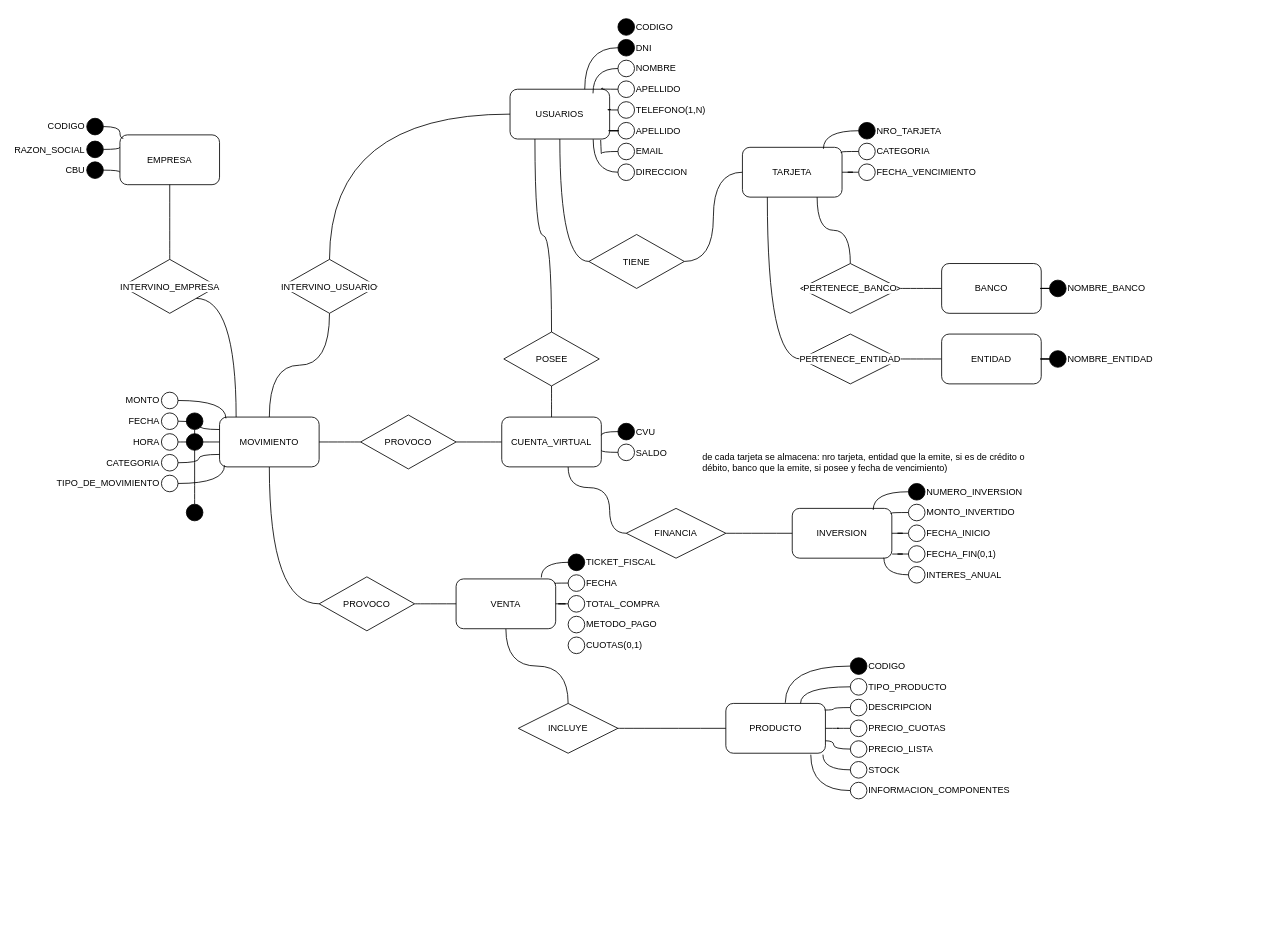
Before: Practica_2 /Modelado_13.drawio in imnotsetro/DBD, a draw.io diagram. Source tidied: cells renumbered, new cells numbered last; positions are measured from the earlier drawing's top-left corner, leaving out a move shared by most shapes. Both pictures are drawn from the tidied source at 83%, with x=0, y=0 at pixel (37, 14).
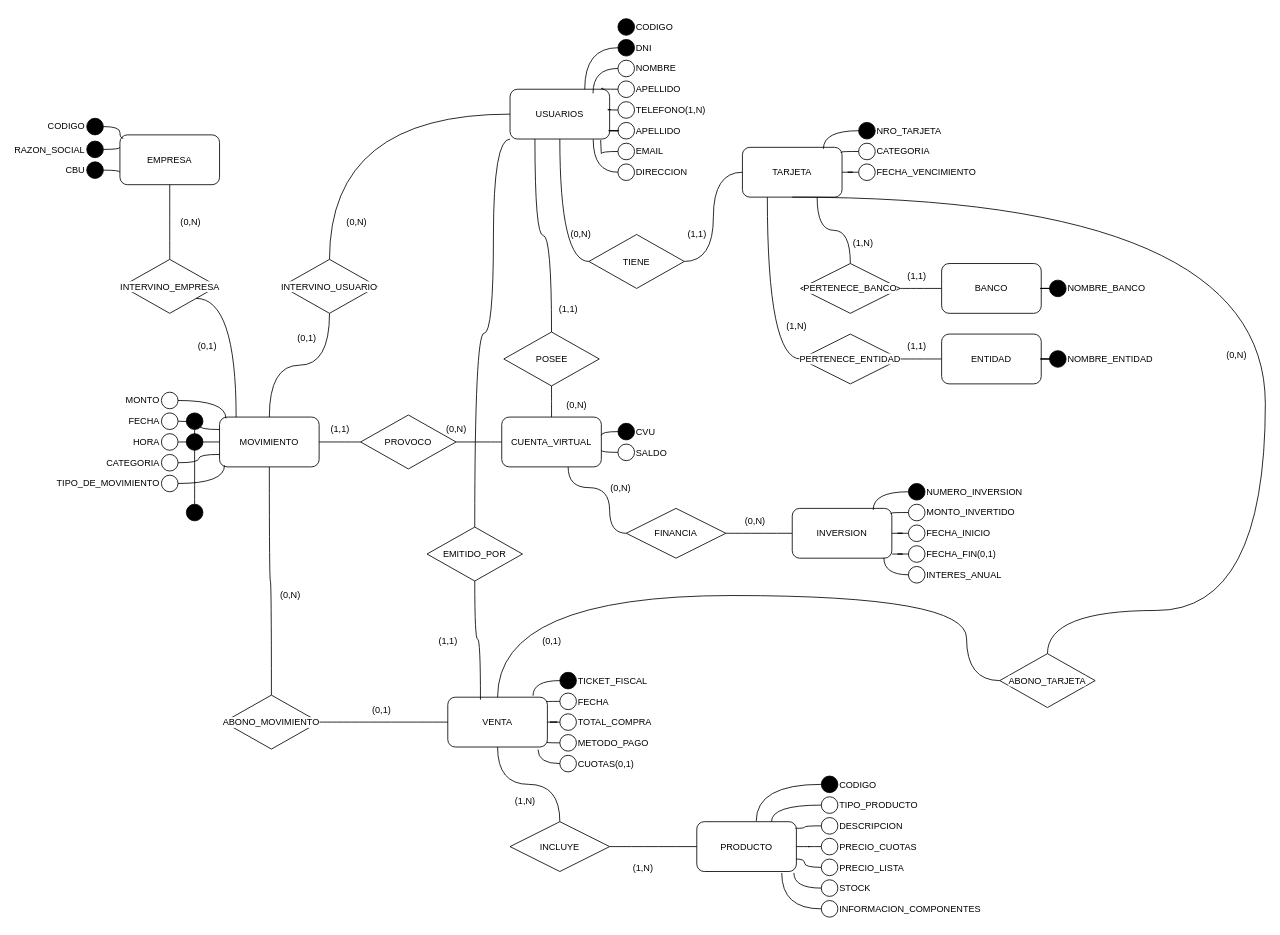
Above is the later version.

Unchanged cells that the change refers to:
```xml
<mxCell id="3" value="USUARIOS" style="rounded=1;whiteSpace=wrap;html=1;fontFamily=Helvetica;fontSize=11;fontColor=default;labelBackgroundColor=default;" parent="1" vertex="1">
  <mxGeometry x="570" y="90" width="120" height="60" as="geometry" />
</mxCell>
<mxCell id="60" value="TARJETA" style="rounded=1;whiteSpace=wrap;html=1;fontFamily=Helvetica;fontSize=11;fontColor=default;labelBackgroundColor=default;" parent="1" vertex="1">
  <mxGeometry x="850" y="160" width="120" height="60" as="geometry" />
</mxCell>
<mxCell id="88" value="MOVIMIENTO" style="rounded=1;whiteSpace=wrap;html=1;fontFamily=Helvetica;fontSize=11;fontColor=default;labelBackgroundColor=default;" parent="1" vertex="1">
  <mxGeometry x="220" y="485" width="120" height="60" as="geometry" />
</mxCell>
```

Diff of the diagram source:
```diff
@@
+    <mxCell id="164" style="edgeStyle=orthogonalEdgeStyle;shape=connector;curved=1;rounded=0;jettySize=auto;html=1;entryX=0.5;entryY=0;entryDx=0;entryDy=0;strokeColor=default;align=center;verticalAlign=middle;fontFamily=Helvetica;fontSize=11;fontColor=default;labelBackgroundColor=default;endArrow=none;endFill=0;" parent="1" edge="1" source="3" target="170">
+      <mxGeometry relative="1" as="geometry">
+        <Array as="points">
+          <mxPoint x="550" y="150" />
+          <mxPoint x="550" y="384" />
+          <mxPoint x="528" y="384" />
+        </Array>
+      </mxGeometry>
+    </mxCell>
@@
     <mxCell id="9" value="PRODUCTO" style="rounded=1;whiteSpace=wrap;html=1;fontFamily=Helvetica;fontSize=11;fontColor=default;labelBackgroundColor=default;" parent="1" vertex="1">
-      <mxGeometry x="830" y="830" width="120" height="60" as="geometry" />
+      <mxGeometry x="795" y="972.5" width="120" height="60" as="geometry" />
     </mxCell>
@@
     <mxCell id="11" value="VENTA" style="rounded=1;whiteSpace=wrap;html=1;fontFamily=Helvetica;fontSize=11;fontColor=default;labelBackgroundColor=default;" parent="1" vertex="1">
-      <mxGeometry x="505" y="680" width="120" height="60" as="geometry" />
+      <mxGeometry x="495" y="822.5" width="120" height="60" as="geometry" />
     </mxCell>
@@
-    <mxCell id="58" value="de cada tarjeta se almacena: nro tarjeta, entidad que la emite, si es de crédito o&#10;débito, banco que la emite, si posee y fecha de vencimiento)" style="text;whiteSpace=wrap;fontFamily=Helvetica;fontSize=11;fontColor=default;labelBackgroundColor=default;" parent="1" vertex="1">
-      <mxGeometry x="800" y="520" width="410" height="50" as="geometry" />
-    </mxCell>
@@
-    <mxCell id="87" style="edgeStyle=orthogonalEdgeStyle;shape=connector;curved=1;rounded=0;jettySize=auto;html=1;entryX=0;entryY=0.5;entryDx=0;entryDy=0;strokeColor=default;align=center;verticalAlign=middle;fontFamily=Helvetica;fontSize=11;fontColor=default;labelBackgroundColor=default;endArrow=none;endFill=0;" parent="1" edge="1" source="88" target="161">
+    <mxCell id="87" style="edgeStyle=orthogonalEdgeStyle;shape=connector;curved=1;rounded=0;jettySize=auto;html=1;entryX=0.5;entryY=0;entryDx=0;entryDy=0;strokeColor=default;align=center;verticalAlign=middle;fontFamily=Helvetica;fontSize=11;fontColor=default;labelBackgroundColor=default;endArrow=none;endFill=0;" parent="1" edge="1" source="88" target="161">
       <mxGeometry relative="1" as="geometry" />
     </mxCell>
@@
     <mxCell id="126" style="ellipse;whiteSpace=wrap;html=1;fontFamily=Helvetica;fontSize=11;fontColor=default;labelBackgroundColor=default;fillColor=#000000;" parent="1" vertex="1">
-      <mxGeometry x="980" y="775" width="20" height="20" as="geometry" />
+      <mxGeometry x="945" y="917.5" width="20" height="20" as="geometry" />
     </mxCell>
     <mxCell id="127" value="CODIGO" style="text;html=1;align=left;verticalAlign=middle;whiteSpace=wrap;rounded=0;fontFamily=Helvetica;fontSize=11;fontColor=default;labelBackgroundColor=default;" parent="1" vertex="1">
-      <mxGeometry x="1000" y="770" width="60" height="30" as="geometry" />
+      <mxGeometry x="965" y="912.5" width="60" height="30" as="geometry" />
     </mxCell>
@@
     <mxCell id="129" style="ellipse;whiteSpace=wrap;html=1;fontFamily=Helvetica;fontSize=11;fontColor=default;labelBackgroundColor=default;" parent="1" vertex="1">
-      <mxGeometry x="980" y="800" width="20" height="20" as="geometry" />
+      <mxGeometry x="945" y="942.5" width="20" height="20" as="geometry" />
     </mxCell>
     <mxCell id="130" value="TIPO_PRODUCTO" style="text;html=1;align=left;verticalAlign=middle;whiteSpace=wrap;rounded=0;fontFamily=Helvetica;fontSize=11;fontColor=default;labelBackgroundColor=default;" parent="1" vertex="1">
-      <mxGeometry x="1000" y="795" width="60" height="30" as="geometry" />
+      <mxGeometry x="965" y="937.5" width="60" height="30" as="geometry" />
     </mxCell>
     <mxCell id="131" style="ellipse;whiteSpace=wrap;html=1;fontFamily=Helvetica;fontSize=11;fontColor=default;labelBackgroundColor=default;" parent="1" vertex="1">
-      <mxGeometry x="980" y="825" width="20" height="20" as="geometry" />
+      <mxGeometry x="945" y="967.5" width="20" height="20" as="geometry" />
     </mxCell>
     <mxCell id="132" value="DESCRIPCION" style="text;html=1;align=left;verticalAlign=middle;whiteSpace=wrap;rounded=0;fontFamily=Helvetica;fontSize=11;fontColor=default;labelBackgroundColor=default;" parent="1" vertex="1">
-      <mxGeometry x="1000" y="820" width="60" height="30" as="geometry" />
+      <mxGeometry x="965" y="962.5" width="60" height="30" as="geometry" />
     </mxCell>
@@
     <mxCell id="134" style="ellipse;whiteSpace=wrap;html=1;fontFamily=Helvetica;fontSize=11;fontColor=default;labelBackgroundColor=default;" parent="1" vertex="1">
-      <mxGeometry x="980" y="850" width="20" height="20" as="geometry" />
+      <mxGeometry x="945" y="992.5" width="20" height="20" as="geometry" />
     </mxCell>
     <mxCell id="135" value="PRECIO_CUOTAS" style="text;html=1;align=left;verticalAlign=middle;whiteSpace=wrap;rounded=0;fontFamily=Helvetica;fontSize=11;fontColor=default;labelBackgroundColor=default;" parent="1" vertex="1">
-      <mxGeometry x="1000" y="845" width="60" height="30" as="geometry" />
+      <mxGeometry x="965" y="987.5" width="60" height="30" as="geometry" />
     </mxCell>
@@
     <mxCell id="137" style="ellipse;whiteSpace=wrap;html=1;fontFamily=Helvetica;fontSize=11;fontColor=default;labelBackgroundColor=default;" parent="1" vertex="1">
-      <mxGeometry x="980" y="875" width="20" height="20" as="geometry" />
+      <mxGeometry x="945" y="1017.5" width="20" height="20" as="geometry" />
     </mxCell>
     <mxCell id="138" value="PRECIO_LISTA" style="text;html=1;align=left;verticalAlign=middle;whiteSpace=wrap;rounded=0;fontFamily=Helvetica;fontSize=11;fontColor=default;labelBackgroundColor=default;" parent="1" vertex="1">
-      <mxGeometry x="1000" y="870" width="60" height="30" as="geometry" />
+      <mxGeometry x="965" y="1012.5" width="60" height="30" as="geometry" />
     </mxCell>
     <mxCell id="139" style="ellipse;whiteSpace=wrap;html=1;fontFamily=Helvetica;fontSize=11;fontColor=default;labelBackgroundColor=default;" parent="1" vertex="1">
-      <mxGeometry x="980" y="900" width="20" height="20" as="geometry" />
+      <mxGeometry x="945" y="1042.5" width="20" height="20" as="geometry" />
     </mxCell>
     <mxCell id="140" value="STOCK" style="text;html=1;align=left;verticalAlign=middle;whiteSpace=wrap;rounded=0;fontFamily=Helvetica;fontSize=11;fontColor=default;labelBackgroundColor=default;" parent="1" vertex="1">
-      <mxGeometry x="1000" y="895" width="60" height="30" as="geometry" />
+      <mxGeometry x="965" y="1037.5" width="60" height="30" as="geometry" />
     </mxCell>
     <mxCell id="141" style="ellipse;whiteSpace=wrap;html=1;fontFamily=Helvetica;fontSize=11;fontColor=default;labelBackgroundColor=default;" parent="1" vertex="1">
-      <mxGeometry x="980" y="925" width="20" height="20" as="geometry" />
+      <mxGeometry x="945" y="1067.5" width="20" height="20" as="geometry" />
     </mxCell>
     <mxCell id="142" value="INFORMACION_COMPONENTES" style="text;html=1;align=left;verticalAlign=middle;whiteSpace=wrap;rounded=0;fontFamily=Helvetica;fontSize=11;fontColor=default;labelBackgroundColor=default;" parent="1" vertex="1">
-      <mxGeometry x="1000" y="920" width="60" height="30" as="geometry" />
+      <mxGeometry x="965" y="1062.5" width="60" height="30" as="geometry" />
     </mxCell>
@@
     <mxCell id="148" value="INCLUYE" style="rhombus;whiteSpace=wrap;html=1;fontFamily=Helvetica;fontSize=11;fontColor=default;labelBackgroundColor=default;" parent="1" vertex="1">
-      <mxGeometry x="580" y="830" width="120" height="60" as="geometry" />
+      <mxGeometry x="570" y="972.5" width="120" height="60" as="geometry" />
     </mxCell>
     <mxCell id="149" style="ellipse;whiteSpace=wrap;html=1;fontFamily=Helvetica;fontSize=11;fontColor=default;labelBackgroundColor=default;fillColor=#000000;" parent="1" vertex="1">
-      <mxGeometry x="640" y="650" width="20" height="20" as="geometry" />
+      <mxGeometry x="630" y="792.5" width="20" height="20" as="geometry" />
     </mxCell>
     <mxCell id="150" value="TICKET_FISCAL" style="text;html=1;align=left;verticalAlign=middle;whiteSpace=wrap;rounded=0;fontFamily=Helvetica;fontSize=11;fontColor=default;labelBackgroundColor=default;" parent="1" vertex="1">
-      <mxGeometry x="660" y="645" width="60" height="30" as="geometry" />
+      <mxGeometry x="650" y="787.5" width="60" height="30" as="geometry" />
     </mxCell>
     <mxCell id="151" style="ellipse;whiteSpace=wrap;html=1;fontFamily=Helvetica;fontSize=11;fontColor=default;labelBackgroundColor=default;" parent="1" vertex="1">
-      <mxGeometry x="640" y="675" width="20" height="20" as="geometry" />
+      <mxGeometry x="630" y="817.5" width="20" height="20" as="geometry" />
     </mxCell>
     <mxCell id="152" value="FECHA" style="text;html=1;align=left;verticalAlign=middle;whiteSpace=wrap;rounded=0;fontFamily=Helvetica;fontSize=11;fontColor=default;labelBackgroundColor=default;" parent="1" vertex="1">
-      <mxGeometry x="660" y="670" width="60" height="30" as="geometry" />
+      <mxGeometry x="650" y="812.5" width="60" height="30" as="geometry" />
     </mxCell>
@@
     <mxCell id="154" style="ellipse;whiteSpace=wrap;html=1;fontFamily=Helvetica;fontSize=11;fontColor=default;labelBackgroundColor=default;" parent="1" vertex="1">
-      <mxGeometry x="640" y="700" width="20" height="20" as="geometry" />
+      <mxGeometry x="630" y="842.5" width="20" height="20" as="geometry" />
     </mxCell>
     <mxCell id="155" value="TOTAL_COMPRA" style="text;html=1;align=left;verticalAlign=middle;whiteSpace=wrap;rounded=0;fontFamily=Helvetica;fontSize=11;fontColor=default;labelBackgroundColor=default;" parent="1" vertex="1">
-      <mxGeometry x="660" y="695" width="60" height="30" as="geometry" />
+      <mxGeometry x="650" y="837.5" width="60" height="30" as="geometry" />
     </mxCell>
     <mxCell id="156" style="ellipse;whiteSpace=wrap;html=1;fontFamily=Helvetica;fontSize=11;fontColor=default;labelBackgroundColor=default;" parent="1" vertex="1">
-      <mxGeometry x="640" y="725" width="20" height="20" as="geometry" />
+      <mxGeometry x="630" y="867.5" width="20" height="20" as="geometry" />
     </mxCell>
     <mxCell id="157" value="METODO_PAGO" style="text;html=1;align=left;verticalAlign=middle;whiteSpace=wrap;rounded=0;fontFamily=Helvetica;fontSize=11;fontColor=default;labelBackgroundColor=default;" parent="1" vertex="1">
-      <mxGeometry x="660" y="720" width="60" height="30" as="geometry" />
+      <mxGeometry x="650" y="862.5" width="60" height="30" as="geometry" />
     </mxCell>
     <mxCell id="158" style="ellipse;whiteSpace=wrap;html=1;fontFamily=Helvetica;fontSize=11;fontColor=default;labelBackgroundColor=default;" parent="1" vertex="1">
-      <mxGeometry x="640" y="750" width="20" height="20" as="geometry" />
+      <mxGeometry x="630" y="892.5" width="20" height="20" as="geometry" />
     </mxCell>
     <mxCell id="159" value="CUOTAS(0,1)" style="text;html=1;align=left;verticalAlign=middle;whiteSpace=wrap;rounded=0;fontFamily=Helvetica;fontSize=11;fontColor=default;labelBackgroundColor=default;" parent="1" vertex="1">
-      <mxGeometry x="660" y="745" width="60" height="30" as="geometry" />
+      <mxGeometry x="650" y="887.5" width="60" height="30" as="geometry" />
     </mxCell>
@@
-    <mxCell id="161" value="PROVOCO" style="rhombus;whiteSpace=wrap;html=1;fontFamily=Helvetica;fontSize=11;fontColor=default;labelBackgroundColor=default;" parent="1" vertex="1">
-      <mxGeometry x="340" y="677.5" width="115" height="65" as="geometry" />
+    <mxCell id="161" value="ABONO_MOVIMIENTO" style="rhombus;whiteSpace=wrap;html=1;fontFamily=Helvetica;fontSize=11;fontColor=default;labelBackgroundColor=default;" parent="1" vertex="1">
+      <mxGeometry x="225" y="820" width="115" height="65" as="geometry" />
     </mxCell>
@@
+    <mxCell id="165" style="edgeStyle=orthogonalEdgeStyle;shape=connector;curved=1;rounded=0;jettySize=auto;html=1;entryX=1.007;entryY=0.901;entryDx=0;entryDy=0;entryPerimeter=0;strokeColor=default;align=center;verticalAlign=middle;fontFamily=Helvetica;fontSize=11;fontColor=default;labelBackgroundColor=default;endArrow=none;endFill=0;" parent="1" edge="1" source="156" target="11">
+      <mxGeometry relative="1" as="geometry" />
+    </mxCell>
+    <mxCell id="166" style="edgeStyle=orthogonalEdgeStyle;shape=connector;curved=1;rounded=0;jettySize=auto;html=1;entryX=0.906;entryY=1.052;entryDx=0;entryDy=0;entryPerimeter=0;strokeColor=default;align=center;verticalAlign=middle;fontFamily=Helvetica;fontSize=11;fontColor=default;labelBackgroundColor=default;endArrow=none;endFill=0;" parent="1" edge="1" source="158" target="11">
+      <mxGeometry relative="1" as="geometry" />
+    </mxCell>
+    <mxCell id="167" style="edgeStyle=orthogonalEdgeStyle;shape=connector;curved=1;rounded=0;jettySize=auto;html=1;entryX=0.5;entryY=1;entryDx=0;entryDy=0;strokeColor=default;align=center;verticalAlign=middle;fontFamily=Helvetica;fontSize=11;fontColor=default;labelBackgroundColor=default;endArrow=none;endFill=0;" parent="1" edge="1" source="169" target="60">
+      <mxGeometry relative="1" as="geometry">
+        <Array as="points">
+          <mxPoint x="1480" y="718" />
+          <mxPoint x="1480" y="220" />
+        </Array>
+      </mxGeometry>
+    </mxCell>
+    <mxCell id="168" style="edgeStyle=orthogonalEdgeStyle;shape=connector;curved=1;rounded=0;jettySize=auto;html=1;entryX=0.5;entryY=0;entryDx=0;entryDy=0;strokeColor=default;align=center;verticalAlign=middle;fontFamily=Helvetica;fontSize=11;fontColor=default;labelBackgroundColor=default;endArrow=none;endFill=0;" parent="1" edge="1" source="169" target="11">
+      <mxGeometry relative="1" as="geometry">
+        <Array as="points">
+          <mxPoint x="1120" y="802" />
+          <mxPoint x="1120" y="700" />
+          <mxPoint x="555" y="700" />
+        </Array>
+      </mxGeometry>
+    </mxCell>
+    <mxCell id="169" value="ABONO_TARJETA" style="rhombus;whiteSpace=wrap;html=1;fontFamily=Helvetica;fontSize=11;fontColor=default;labelBackgroundColor=default;" parent="1" vertex="1">
+      <mxGeometry x="1160" y="770" width="115" height="65" as="geometry" />
+    </mxCell>
+    <mxCell id="170" value="EMITIDO_POR" style="rhombus;whiteSpace=wrap;html=1;fontFamily=Helvetica;fontSize=11;fontColor=default;labelBackgroundColor=default;" parent="1" vertex="1">
+      <mxGeometry x="470" y="617.5" width="115" height="65" as="geometry" />
+    </mxCell>
+    <mxCell id="171" style="edgeStyle=orthogonalEdgeStyle;shape=connector;curved=1;rounded=0;jettySize=auto;html=1;entryX=0.328;entryY=0.051;entryDx=0;entryDy=0;entryPerimeter=0;strokeColor=default;align=center;verticalAlign=middle;fontFamily=Helvetica;fontSize=11;fontColor=default;labelBackgroundColor=default;endArrow=none;endFill=0;" parent="1" edge="1" source="170" target="11">
+      <mxGeometry relative="1" as="geometry" />
+    </mxCell>
+    <mxCell id="172" value="(1,N)" style="text;html=1;align=center;verticalAlign=middle;strokeColor=none;fillColor=none;fontFamily=Helvetica;fontSize=11;fontColor=default;labelBackgroundColor=default;" parent="1" vertex="1">
+      <mxGeometry x="705" y="1012.5" width="50" height="30" as="geometry" />
+    </mxCell>
+    <mxCell id="173" value="(1,N)" style="text;html=1;align=center;verticalAlign=middle;strokeColor=none;fillColor=none;fontFamily=Helvetica;fontSize=11;fontColor=default;labelBackgroundColor=default;" parent="1" vertex="1">
+      <mxGeometry x="562.5" y="932.5" width="50" height="30" as="geometry" />
+    </mxCell>
+    <mxCell id="174" value="(0,1)" style="text;html=1;align=center;verticalAlign=middle;strokeColor=none;fillColor=none;fontFamily=Helvetica;fontSize=11;fontColor=default;labelBackgroundColor=default;" parent="1" vertex="1">
+      <mxGeometry x="390" y="822.5" width="50" height="30" as="geometry" />
+    </mxCell>
+    <mxCell id="175" value="(0,N)" style="text;html=1;align=center;verticalAlign=middle;strokeColor=none;fillColor=none;fontFamily=Helvetica;fontSize=11;fontColor=default;labelBackgroundColor=default;" parent="1" vertex="1">
+      <mxGeometry x="280" y="685" width="50" height="30" as="geometry" />
+    </mxCell>
+    <mxCell id="176" value="(0,1)" style="text;html=1;align=center;verticalAlign=middle;strokeColor=none;fillColor=none;fontFamily=Helvetica;fontSize=11;fontColor=default;labelBackgroundColor=default;" parent="1" vertex="1">
+      <mxGeometry x="595" y="740" width="50" height="30" as="geometry" />
+    </mxCell>
+    <mxCell id="177" value="(1,1)" style="text;html=1;align=center;verticalAlign=middle;strokeColor=none;fillColor=none;fontFamily=Helvetica;fontSize=11;fontColor=default;labelBackgroundColor=default;" parent="1" vertex="1">
+      <mxGeometry x="470" y="740" width="50" height="30" as="geometry" />
+    </mxCell>
+    <mxCell id="178" value="(0,N)" style="text;html=1;align=center;verticalAlign=middle;strokeColor=none;fillColor=none;fontFamily=Helvetica;fontSize=11;fontColor=default;labelBackgroundColor=default;" parent="1" vertex="1">
+      <mxGeometry x="1420" y="395" width="50" height="30" as="geometry" />
+    </mxCell>
+    <mxCell id="179" value="(0,1)" style="text;html=1;align=center;verticalAlign=middle;strokeColor=none;fillColor=none;fontFamily=Helvetica;fontSize=11;fontColor=default;labelBackgroundColor=default;" parent="1" vertex="1">
+      <mxGeometry x="180" y="385" width="50" height="30" as="geometry" />
+    </mxCell>
+    <mxCell id="180" value="(0,1)" style="text;html=1;align=center;verticalAlign=middle;strokeColor=none;fillColor=none;fontFamily=Helvetica;fontSize=11;fontColor=default;labelBackgroundColor=default;" parent="1" vertex="1">
+      <mxGeometry x="300" y="375" width="50" height="30" as="geometry" />
+    </mxCell>
+    <mxCell id="181" value="(0,N)" style="text;html=1;align=center;verticalAlign=middle;strokeColor=none;fillColor=none;fontFamily=Helvetica;fontSize=11;fontColor=default;labelBackgroundColor=default;" parent="1" vertex="1">
+      <mxGeometry x="160" y="235" width="50" height="30" as="geometry" />
+    </mxCell>
+    <mxCell id="182" value="(0,N)" style="text;html=1;align=center;verticalAlign=middle;strokeColor=none;fillColor=none;fontFamily=Helvetica;fontSize=11;fontColor=default;labelBackgroundColor=default;" parent="1" vertex="1">
+      <mxGeometry x="360" y="235" width="50" height="30" as="geometry" />
+    </mxCell>
+    <mxCell id="183" value="(0,N)" style="text;html=1;align=center;verticalAlign=middle;strokeColor=none;fillColor=none;fontFamily=Helvetica;fontSize=11;fontColor=default;labelBackgroundColor=default;" parent="1" vertex="1">
+      <mxGeometry x="480" y="485" width="50" height="30" as="geometry" />
+    </mxCell>
+    <mxCell id="184" value="(1,1)" style="text;html=1;align=center;verticalAlign=middle;strokeColor=none;fillColor=none;fontFamily=Helvetica;fontSize=11;fontColor=default;labelBackgroundColor=default;" parent="1" vertex="1">
+      <mxGeometry x="340" y="485" width="50" height="30" as="geometry" />
+    </mxCell>
+    <mxCell id="185" value="(1,1)" style="text;html=1;align=center;verticalAlign=middle;strokeColor=none;fillColor=none;fontFamily=Helvetica;fontSize=11;fontColor=default;labelBackgroundColor=default;" parent="1" vertex="1">
+      <mxGeometry x="615" y="340" width="50" height="30" as="geometry" />
+    </mxCell>
+    <mxCell id="186" value="(0,N)" style="text;html=1;align=center;verticalAlign=middle;strokeColor=none;fillColor=none;fontFamily=Helvetica;fontSize=11;fontColor=default;labelBackgroundColor=default;" parent="1" vertex="1">
+      <mxGeometry x="625" y="455" width="50" height="30" as="geometry" />
+    </mxCell>
+    <mxCell id="187" value="(0,N)" style="text;html=1;align=center;verticalAlign=middle;strokeColor=none;fillColor=none;fontFamily=Helvetica;fontSize=11;fontColor=default;labelBackgroundColor=default;" parent="1" vertex="1">
+      <mxGeometry x="677.5" y="555" width="50" height="30" as="geometry" />
+    </mxCell>
+    <mxCell id="188" value="(0,N)" style="text;html=1;align=center;verticalAlign=middle;strokeColor=none;fillColor=none;fontFamily=Helvetica;fontSize=11;fontColor=default;labelBackgroundColor=default;" parent="1" vertex="1">
+      <mxGeometry x="840" y="595" width="50" height="30" as="geometry" />
+    </mxCell>
+    <mxCell id="189" value="(0,N)" style="text;html=1;align=center;verticalAlign=middle;strokeColor=none;fillColor=none;fontFamily=Helvetica;fontSize=11;fontColor=default;labelBackgroundColor=default;" parent="1" vertex="1">
+      <mxGeometry x="630" y="250" width="50" height="30" as="geometry" />
+    </mxCell>
+    <mxCell id="190" value="(1,1)" style="text;html=1;align=center;verticalAlign=middle;strokeColor=none;fillColor=none;fontFamily=Helvetica;fontSize=11;fontColor=default;labelBackgroundColor=default;" parent="1" vertex="1">
+      <mxGeometry x="770" y="250" width="50" height="30" as="geometry" />
+    </mxCell>
+    <mxCell id="191" value="(1,1)" style="text;html=1;align=center;verticalAlign=middle;strokeColor=none;fillColor=none;fontFamily=Helvetica;fontSize=11;fontColor=default;labelBackgroundColor=default;" parent="1" vertex="1">
+      <mxGeometry x="1035" y="300" width="50" height="30" as="geometry" />
+    </mxCell>
+    <mxCell id="192" value="(1,1)" style="text;html=1;align=center;verticalAlign=middle;strokeColor=none;fillColor=none;fontFamily=Helvetica;fontSize=11;fontColor=default;labelBackgroundColor=default;" parent="1" vertex="1">
+      <mxGeometry x="1035" y="385" width="50" height="30" as="geometry" />
+    </mxCell>
+    <mxCell id="193" value="(1,N)" style="text;html=1;align=center;verticalAlign=middle;strokeColor=none;fillColor=none;fontFamily=Helvetica;fontSize=11;fontColor=default;labelBackgroundColor=default;" parent="1" vertex="1">
+      <mxGeometry x="890" y="360" width="50" height="30" as="geometry" />
+    </mxCell>
+    <mxCell id="194" value="(1,N)" style="text;html=1;align=center;verticalAlign=middle;strokeColor=none;fillColor=none;fontFamily=Helvetica;fontSize=11;fontColor=default;labelBackgroundColor=default;" parent="1" vertex="1">
+      <mxGeometry x="970" y="260" width="50" height="30" as="geometry" />
+    </mxCell>
```
